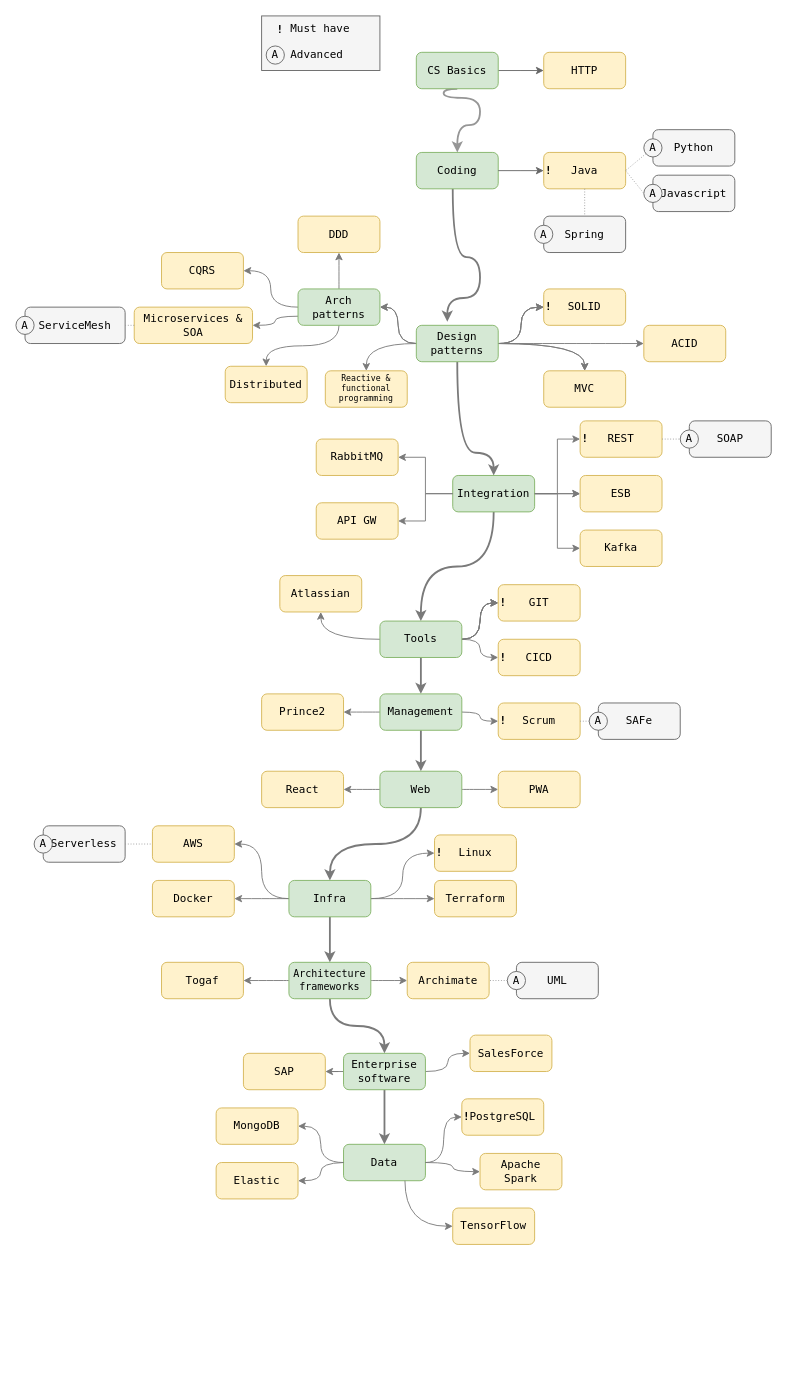
Above: sources/Architecture.drawio in cmaxm/architect-roadmap (draw.io), before the change. Source tidied: cells renumbered, new cells numbered last; positions are measured from the earlier drawing's top-left corner, leaving out a move shared by most shapes. Both pictures are drawn from the tidied source at 91%, with x=0, y=0 at pixel (15, 15).
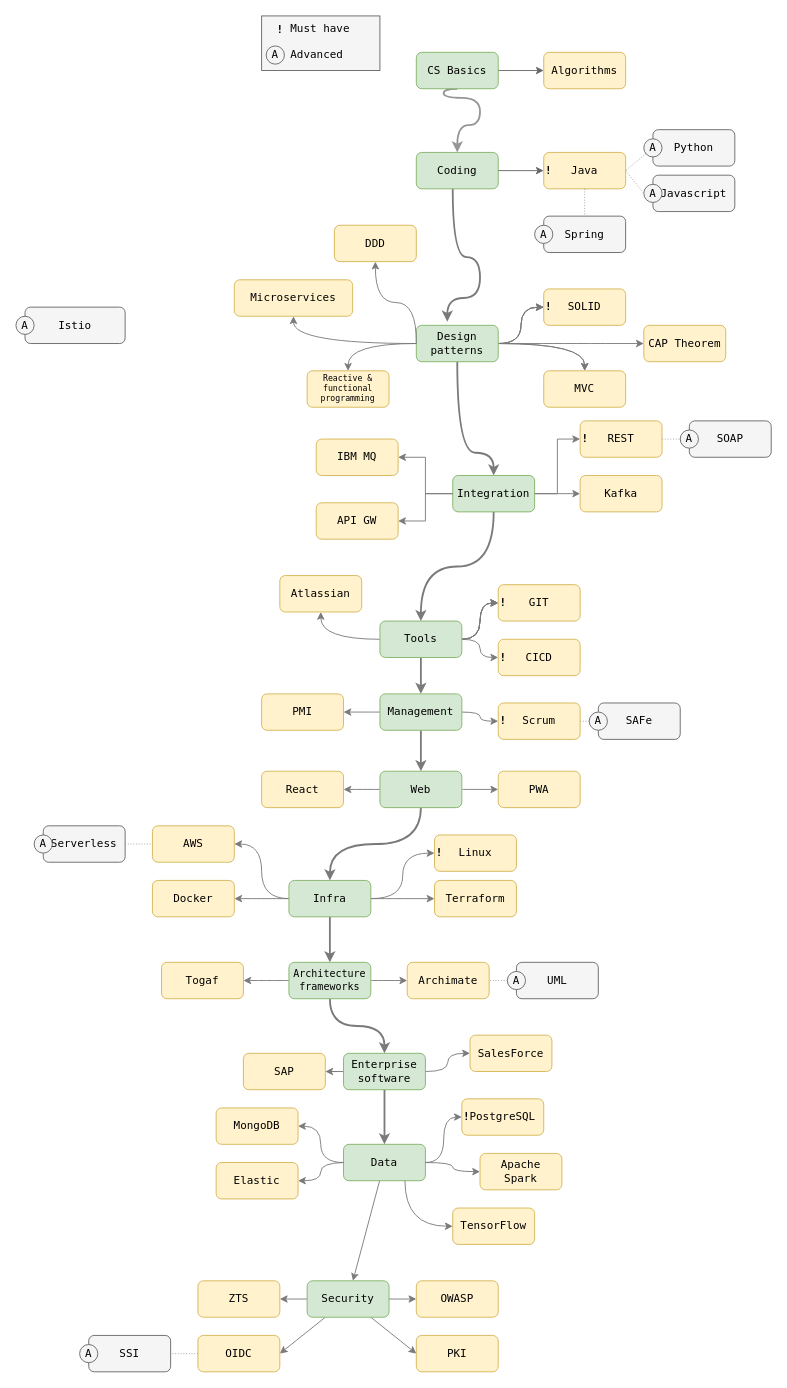
The same page after the edit.

The change refers to these unchanged cells:
```xml
<mxCell id="28" value="Design patterns" style="rounded=1;whiteSpace=wrap;html=1;fontFamily=Lucida Console;fillColor=#d5e8d4;strokeColor=#82b366;fontColor=#000000;" parent="1" vertex="1">
  <mxGeometry x="440" y="340" width="90" height="40" as="geometry" />
</mxCell>
<mxCell id="42" value="Integration" style="rounded=1;whiteSpace=wrap;html=1;fontFamily=Lucida Console;fillColor=#d5e8d4;strokeColor=#82b366;fontColor=#000000;" parent="1" vertex="1">
  <mxGeometry x="480" y="505" width="90" height="40" as="geometry" />
</mxCell>
<mxCell id="116" value="Data" style="rounded=1;whiteSpace=wrap;html=1;fontFamily=Lucida Console;fillColor=#d5e8d4;strokeColor=#82b366;fontColor=#000000;" parent="1" vertex="1">
  <mxGeometry x="360" y="1240" width="90" height="40" as="geometry" />
</mxCell>
```

Change to the diagram source:
```diff
@@
-    <mxCell id="5" value="HTTP" style="rounded=1;whiteSpace=wrap;html=1;fontFamily=Lucida Console;fillColor=#fff2cc;strokeColor=#d6b656;fontColor=#000000;" parent="1" vertex="1">
+    <mxCell id="5" value="Algorithms" style="rounded=1;whiteSpace=wrap;html=1;fontFamily=Lucida Console;fillColor=#fff2cc;strokeColor=#d6b656;fontColor=#000000;" parent="1" vertex="1">
       <mxGeometry x="580" y="40" width="90" height="40" as="geometry" />
     </mxCell>
@@
-    <mxCell id="19" style="edgeStyle=orthogonalEdgeStyle;curved=1;rounded=0;jettySize=auto;html=1;strokeColor=#7A7A7A;fontFamily=Lucida Console;endArrow=classic;endFill=1;exitX=0;exitY=0.5;exitDx=0;exitDy=0;fontColor=#000000;" parent="1" edge="1" source="34" target="30">
-      <mxGeometry relative="1" as="geometry" />
-    </mxCell>
-    <mxCell id="20" style="edgeStyle=orthogonalEdgeStyle;curved=1;rounded=0;jettySize=auto;html=1;strokeColor=#7A7A7A;fontFamily=Lucida Console;endArrow=classic;endFill=1;fontColor=#000000;" parent="1" edge="1" source="28" target="34">
-      <mxGeometry relative="1" as="geometry" />
-    </mxCell>
@@
-    <mxCell id="26" style="edgeStyle=orthogonalEdgeStyle;curved=1;rounded=0;jettySize=auto;html=1;strokeColor=#7A7A7A;fontFamily=Lucida Console;endArrow=classic;endFill=1;fontColor=#000000;" parent="1" edge="1" source="28" target="34">
-      <mxGeometry relative="1" as="geometry" />
-    </mxCell>
@@
-    <mxCell id="30" value="CQRS" style="rounded=1;whiteSpace=wrap;html=1;fontFamily=Lucida Console;fillColor=#fff2cc;strokeColor=#d6b656;fontColor=#000000;" parent="1" vertex="1">
-      <mxGeometry x="160" y="260" width="90" height="40" as="geometry" />
-    </mxCell>
-    <mxCell id="31" style="edgeStyle=orthogonalEdgeStyle;curved=1;rounded=0;jettySize=auto;html=1;strokeColor=#7A7A7A;fontFamily=Lucida Console;endArrow=classic;endFill=1;exitX=0;exitY=0.75;exitDx=0;exitDy=0;fontColor=#000000;" parent="1" edge="1" source="34" target="35">
+    <mxCell id="31" style="edgeStyle=orthogonalEdgeStyle;curved=1;rounded=0;jettySize=auto;html=1;strokeColor=#7A7A7A;fontFamily=Lucida Console;endArrow=classic;endFill=1;exitX=0;exitY=0.5;exitDx=0;exitDy=0;fontColor=#000000;" parent="1" edge="1" source="28" target="35">
       <mxGeometry relative="1" as="geometry" />
     </mxCell>
-    <mxCell id="32" style="edgeStyle=orthogonalEdgeStyle;curved=1;rounded=0;jettySize=auto;html=1;strokeColor=#7A7A7A;fontFamily=Lucida Console;endArrow=classic;endFill=1;exitX=0.5;exitY=1;exitDx=0;exitDy=0;fontColor=#000000;" parent="1" edge="1" source="34" target="36">
-      <mxGeometry relative="1" as="geometry" />
-    </mxCell>
-    <mxCell id="33" style="edgeStyle=orthogonalEdgeStyle;curved=1;rounded=0;jettySize=auto;html=1;strokeColor=#7A7A7A;fontFamily=Lucida Console;endArrow=classic;endFill=1;fontColor=#000000;" parent="1" edge="1" source="34" target="37">
-      <mxGeometry relative="1" as="geometry" />
+    <mxCell id="33" style="edgeStyle=orthogonalEdgeStyle;curved=1;rounded=0;jettySize=auto;html=1;strokeColor=#7A7A7A;fontFamily=Lucida Console;endArrow=classic;endFill=1;fontColor=#000000;" parent="1" edge="1" target="37">
+      <mxGeometry relative="1" as="geometry">
+        <mxPoint x="440" y="360" as="sourcePoint" />
+      </mxGeometry>
     </mxCell>
-    <mxCell id="34" value="Arch patterns" style="rounded=1;whiteSpace=wrap;html=1;fontFamily=Lucida Console;fillColor=#d5e8d4;strokeColor=#82b366;fontColor=#000000;" parent="1" vertex="1">
-      <mxGeometry x="310" y="300" width="90" height="40" as="geometry" />
-    </mxCell>
-    <mxCell id="35" value="Microservices &amp;amp; SOA" style="rounded=1;whiteSpace=wrap;html=1;fontFamily=Lucida Console;fillColor=#fff2cc;strokeColor=#d6b656;fontColor=#000000;" parent="1" vertex="1">
-      <mxGeometry x="130" y="320" width="130" height="40" as="geometry" />
+    <mxCell id="35" value="Microservices" style="rounded=1;whiteSpace=wrap;html=1;fontFamily=Lucida Console;fillColor=#fff2cc;strokeColor=#d6b656;fontColor=#000000;" parent="1" vertex="1">
+      <mxGeometry x="240" y="290" width="130" height="40" as="geometry" />
     </mxCell>
-    <mxCell id="36" value="Distributed" style="rounded=1;whiteSpace=wrap;html=1;fontFamily=Lucida Console;fillColor=#fff2cc;strokeColor=#d6b656;fontColor=#000000;" parent="1" vertex="1">
-      <mxGeometry x="230" y="385" width="90" height="40" as="geometry" />
-    </mxCell>
     <mxCell id="37" value="DDD" style="rounded=1;whiteSpace=wrap;html=1;fontFamily=Lucida Console;fillColor=#fff2cc;strokeColor=#d6b656;fontColor=#000000;" parent="1" vertex="1">
-      <mxGeometry x="310" y="220" width="90" height="40" as="geometry" />
+      <mxGeometry x="350" y="230" width="90" height="40" as="geometry" />
     </mxCell>
@@
-    <mxCell id="39" style="edgeStyle=orthogonalEdgeStyle;curved=1;rounded=0;jettySize=auto;html=1;strokeColor=#7A7A7A;fontFamily=Lucida Console;endArrow=classic;endFill=1;fontColor=#000000;" parent="1" edge="1" source="42" target="48">
-      <mxGeometry relative="1" as="geometry" />
-    </mxCell>
@@
-    <mxCell id="43" value="ACID" style="rounded=1;whiteSpace=wrap;html=1;fontFamily=Lucida Console;fillColor=#fff2cc;strokeColor=#d6b656;fontColor=#000000;" parent="1" vertex="1">
+    <mxCell id="43" value="CAP Theorem" style="rounded=1;whiteSpace=wrap;html=1;fontFamily=Lucida Console;fillColor=#fff2cc;strokeColor=#d6b656;fontColor=#000000;" parent="1" vertex="1">
       <mxGeometry x="690" y="340" width="90" height="40" as="geometry" />
     </mxCell>
@@
-    <mxCell id="48" value="ESB" style="rounded=1;whiteSpace=wrap;html=1;fontFamily=Lucida Console;fillColor=#fff2cc;strokeColor=#d6b656;fontColor=#000000;" parent="1" vertex="1">
-      <mxGeometry x="620" y="505" width="90" height="40" as="geometry" />
-    </mxCell>
     <mxCell id="49" value="Kafka" style="rounded=1;whiteSpace=wrap;html=1;fontFamily=Lucida Console;fillColor=#fff2cc;strokeColor=#d6b656;fontColor=#000000;" parent="1" vertex="1">
-      <mxGeometry x="620" y="565" width="90" height="40" as="geometry" />
+      <mxGeometry x="620" y="505" width="90" height="40" as="geometry" />
     </mxCell>
-    <mxCell id="50" value="RabbitMQ" style="rounded=1;whiteSpace=wrap;html=1;fontFamily=Lucida Console;fillColor=#fff2cc;strokeColor=#d6b656;fontColor=#000000;" parent="1" vertex="1">
+    <mxCell id="50" value="IBM MQ" style="rounded=1;whiteSpace=wrap;html=1;fontFamily=Lucida Console;fillColor=#fff2cc;strokeColor=#d6b656;fontColor=#000000;" parent="1" vertex="1">
       <mxGeometry x="330" y="465" width="90" height="40" as="geometry" />
     </mxCell>
@@
-    <mxCell id="55" style="edgeStyle=elbowEdgeStyle;rounded=0;orthogonalLoop=1;jettySize=auto;html=1;strokeColor=#7A7A7A;fontFamily=Lucida Console;endArrow=classic;endFill=1;fontColor=#000000;" parent="1" edge="1">
-      <mxGeometry relative="1" as="geometry">
-        <mxPoint x="570" y="525" as="sourcePoint" />
-        <mxPoint x="620" y="525" as="targetPoint" />
-      </mxGeometry>
-    </mxCell>
@@
-    <mxCell id="75" value="Prince2" style="rounded=1;whiteSpace=wrap;html=1;fontFamily=Lucida Console;fillColor=#fff2cc;strokeColor=#d6b656;fontColor=#000000;" parent="1" vertex="1">
+    <mxCell id="75" value="PMI" style="rounded=1;whiteSpace=wrap;html=1;fontFamily=Lucida Console;fillColor=#fff2cc;strokeColor=#d6b656;fontColor=#000000;" parent="1" vertex="1">
       <mxGeometry x="270" y="745" width="90" height="40" as="geometry" />
     </mxCell>
@@
     <mxCell id="82" value="Reactive &amp;amp; functional programming" style="rounded=1;whiteSpace=wrap;html=1;fontFamily=Lucida Console;fillColor=#fff2cc;strokeColor=#d6b656;fontSize=9;fontColor=#000000;" parent="1" vertex="1">
-      <mxGeometry x="340" y="390" width="90" height="40" as="geometry" />
+      <mxGeometry x="320" y="390" width="90" height="40" as="geometry" />
     </mxCell>
@@
-    <mxCell id="106" value="ServiceMesh" style="rounded=1;whiteSpace=wrap;html=1;fontFamily=Lucida Console;fillColor=#f5f5f5;strokeColor=#666666;fontColor=#000000;" parent="1" vertex="1">
+    <mxCell id="106" value="Istio" style="rounded=1;whiteSpace=wrap;html=1;fontFamily=Lucida Console;fillColor=#f5f5f5;strokeColor=#666666;fontColor=#000000;" parent="1" vertex="1">
       <mxGeometry x="10" y="320" width="110" height="40" as="geometry" />
     </mxCell>
@@
-    <mxCell id="109" style="edgeStyle=none;rounded=0;jettySize=auto;html=1;exitX=0;exitY=0.5;exitDx=0;exitDy=0;entryX=1;entryY=0.5;entryDx=0;entryDy=0;fontFamily=Lucida Console;endArrow=none;endFill=0;dashed=1;dashPattern=1 2;strokeColor=#999999;fontColor=#000000;" parent="1" edge="1" source="35" target="106">
-      <mxGeometry relative="1" as="geometry" />
-    </mxCell>
@@
+    <mxCell id="138" style="edgeStyle=none;html=1;strokeColor=#7A7A7A;" parent="1" edge="1" source="116" target="143">
+      <mxGeometry relative="1" as="geometry" />
+    </mxCell>
@@
+    <mxCell id="139" style="edgeStyle=none;html=1;entryX=0;entryY=0.5;entryDx=0;entryDy=0;strokeColor=#7A7A7A;" parent="1" edge="1" source="143" target="144">
+      <mxGeometry relative="1" as="geometry" />
+    </mxCell>
+    <mxCell id="140" style="edgeStyle=none;html=1;entryX=0;entryY=0.5;entryDx=0;entryDy=0;strokeColor=#7A7A7A;" parent="1" edge="1" source="143" target="145">
+      <mxGeometry relative="1" as="geometry" />
+    </mxCell>
+    <mxCell id="141" style="edgeStyle=none;html=1;entryX=1;entryY=0.5;entryDx=0;entryDy=0;strokeColor=#7A7A7A;" parent="1" edge="1" source="143" target="146">
+      <mxGeometry relative="1" as="geometry" />
+    </mxCell>
+    <mxCell id="142" style="edgeStyle=none;html=1;entryX=1;entryY=0.5;entryDx=0;entryDy=0;strokeColor=#7A7A7A;" parent="1" edge="1" source="143" target="147">
+      <mxGeometry relative="1" as="geometry" />
+    </mxCell>
+    <mxCell id="143" value="Security" style="rounded=1;whiteSpace=wrap;html=1;fontFamily=Lucida Console;fillColor=#d5e8d4;strokeColor=#82b366;fontColor=#000000;" parent="1" vertex="1">
+      <mxGeometry x="320" y="1390" width="90" height="40" as="geometry" />
+    </mxCell>
+    <mxCell id="144" value="OWASP" style="rounded=1;whiteSpace=wrap;html=1;fontFamily=Lucida Console;fillColor=#fff2cc;strokeColor=#d6b656;fontColor=#000000;" parent="1" vertex="1">
+      <mxGeometry x="440" y="1390" width="90" height="40" as="geometry" />
+    </mxCell>
+    <mxCell id="145" value="PKI" style="rounded=1;whiteSpace=wrap;html=1;fontFamily=Lucida Console;fillColor=#fff2cc;strokeColor=#d6b656;fontColor=#000000;" parent="1" vertex="1">
+      <mxGeometry x="440" y="1450" width="90" height="40" as="geometry" />
+    </mxCell>
+    <mxCell id="146" value="ZTS" style="rounded=1;whiteSpace=wrap;html=1;fontFamily=Lucida Console;fillColor=#fff2cc;strokeColor=#d6b656;fontColor=#000000;" parent="1" vertex="1">
+      <mxGeometry x="200" y="1390" width="90" height="40" as="geometry" />
+    </mxCell>
+    <mxCell id="147" value="OIDC" style="rounded=1;whiteSpace=wrap;html=1;fontFamily=Lucida Console;fillColor=#fff2cc;strokeColor=#d6b656;fontColor=#000000;" parent="1" vertex="1">
+      <mxGeometry x="200" y="1450" width="90" height="40" as="geometry" />
+    </mxCell>
+    <mxCell id="148" value="SSI" style="rounded=1;whiteSpace=wrap;html=1;fontFamily=Lucida Console;fillColor=#f5f5f5;strokeColor=#666666;fontColor=#000000;" parent="1" vertex="1">
+      <mxGeometry x="80" y="1450" width="90" height="40" as="geometry" />
+    </mxCell>
+    <mxCell id="149" value="A" style="ellipse;whiteSpace=wrap;html=1;fontFamily=Lucida Console;fillColor=#f5f5f5;fontColor=#000000;strokeColor=#666666;" parent="1" vertex="1">
+      <mxGeometry x="70" y="1460" width="20" height="20" as="geometry" />
+    </mxCell>
+    <mxCell id="150" style="edgeStyle=none;rounded=0;jettySize=auto;html=1;exitX=0;exitY=0.5;exitDx=0;exitDy=0;entryX=1;entryY=0.5;entryDx=0;entryDy=0;fontFamily=Lucida Console;endArrow=none;endFill=0;dashed=1;dashPattern=1 2;strokeColor=#999999;fontColor=#000000;" parent="1" edge="1" source="147" target="148">
+      <mxGeometry relative="1" as="geometry" />
+    </mxCell>
```
